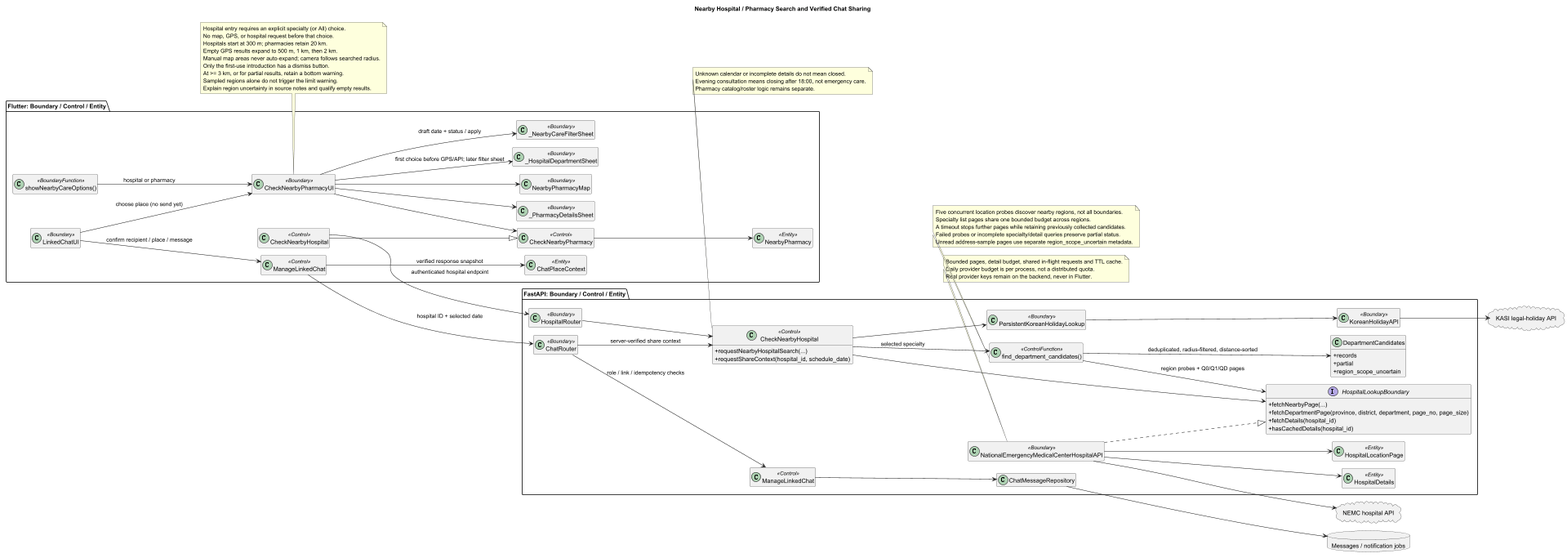
Before: docs/UML/class/07_NearbyCare.png, a diagram exported from PlantUML (1window2/MedBuddy).
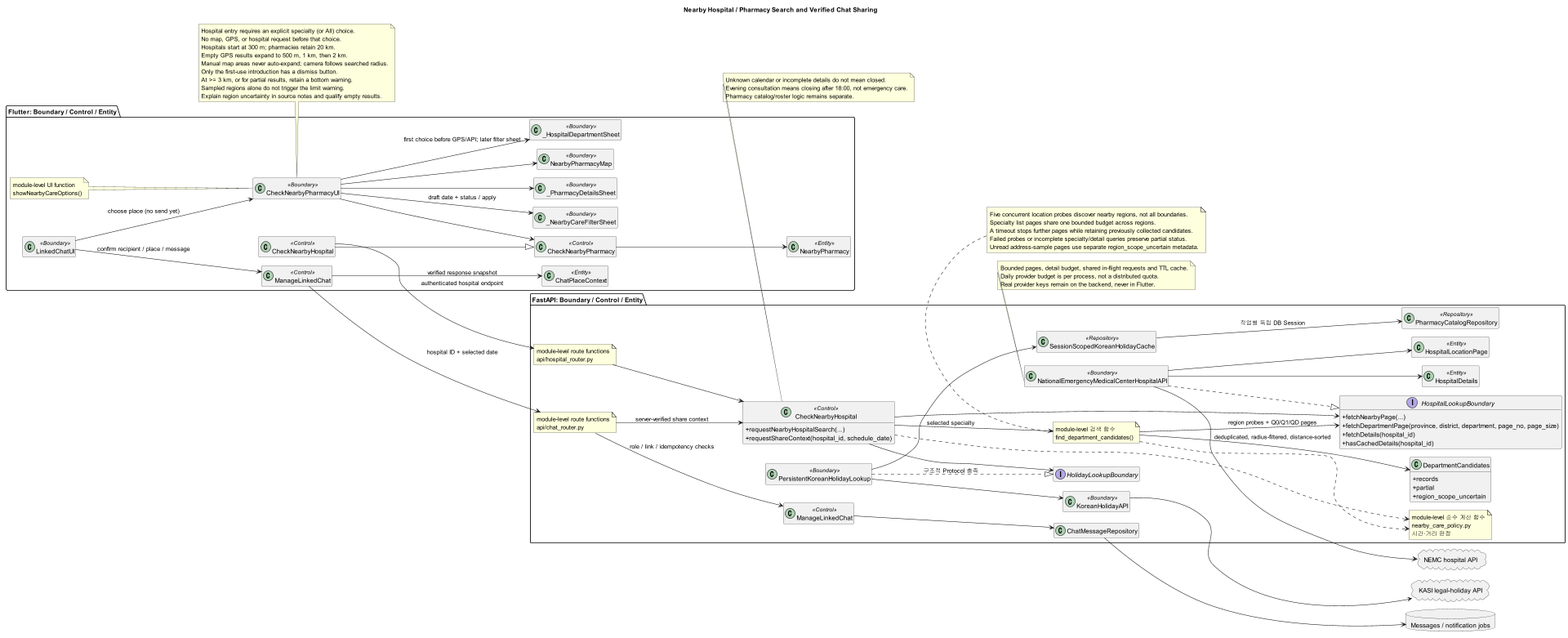
Above is the later version.

The edit, as a diff of the source:
```diff
@@ -10,7 +10,7 @@
 title Nearby Hospital / Pharmacy Search and Verified Chat Sharing
 
 package "Flutter: Boundary / Control / Entity" {
-  class "showNearbyCareOptions()" as NearbyCareOptionsSheet <<BoundaryFunction>>
+  note "module-level UI function\nshowNearbyCareOptions()" as NearbyCareOptionsSheet
   class CheckNearbyPharmacyUI <<Boundary>>
   class "_HospitalDepartmentSheet" as HospitalDepartmentSheet <<Boundary>>
   class "_NearbyCareFilterSheet" as NearbyCareFilterSheet <<Boundary>>
@@ -24,8 +24,8 @@
   class ChatPlaceContext <<Entity>>
 }
 package "FastAPI: Boundary / Control / Entity" {
-  class HospitalRouter <<Boundary>>
-  class ChatRouter <<Boundary>>
+  note "module-level route functions\napi/hospital_router.py" as HospitalRouter
+  note "module-level route functions\napi/chat_router.py" as ChatRouter
   class "CheckNearbyHospital" as BHospital <<Control>> {
     + requestNearbyHospitalSearch(...)
     + requestShareContext(hospital_id, schedule_date)
@@ -39,10 +39,14 @@
   class NationalEmergencyMedicalCenterHospitalAPI <<Boundary>>
   class KoreanHolidayAPI <<Boundary>>
   class PersistentKoreanHolidayLookup <<Boundary>>
+  interface HolidayLookupBoundary
+  class SessionScopedKoreanHolidayCache <<Repository>>
+  class PharmacyCatalogRepository <<Repository>>
   class "ManageLinkedChat" as BChat <<Control>>
   class HospitalDetails <<Entity>>
   class HospitalLocationPage <<Entity>>
-  class "find_department_candidates()" as DepartmentSearch <<ControlFunction>>
+  note "module-level 검색 함수\nfind_department_candidates()" as DepartmentSearch
+  note "module-level 순수 계산 함수\nnearby_care_policy.py\n시간·거리 판정" as NearbyCarePolicy
   class DepartmentCandidates {
     + records
     + partial
@@ -72,7 +76,12 @@
 NationalEmergencyMedicalCenterHospitalAPI --> NEMC
 NationalEmergencyMedicalCenterHospitalAPI --> HospitalDetails
 NationalEmergencyMedicalCenterHospitalAPI --> HospitalLocationPage
-BHospital --> PersistentKoreanHolidayLookup
+BHospital --> HolidayLookupBoundary
+PersistentKoreanHolidayLookup ..|> HolidayLookupBoundary : 구조적 Protocol 충족
+PersistentKoreanHolidayLookup --> SessionScopedKoreanHolidayCache
+SessionScopedKoreanHolidayCache --> PharmacyCatalogRepository : 작업별 독립 DB Session
+BHospital ..> NearbyCarePolicy
+DepartmentSearch ..> NearbyCarePolicy
 PersistentKoreanHolidayLookup --> KoreanHolidayAPI
 KoreanHolidayAPI --> KASI
 LinkedChatUI --> CheckNearbyPharmacyUI : choose place (no send yet)
```
